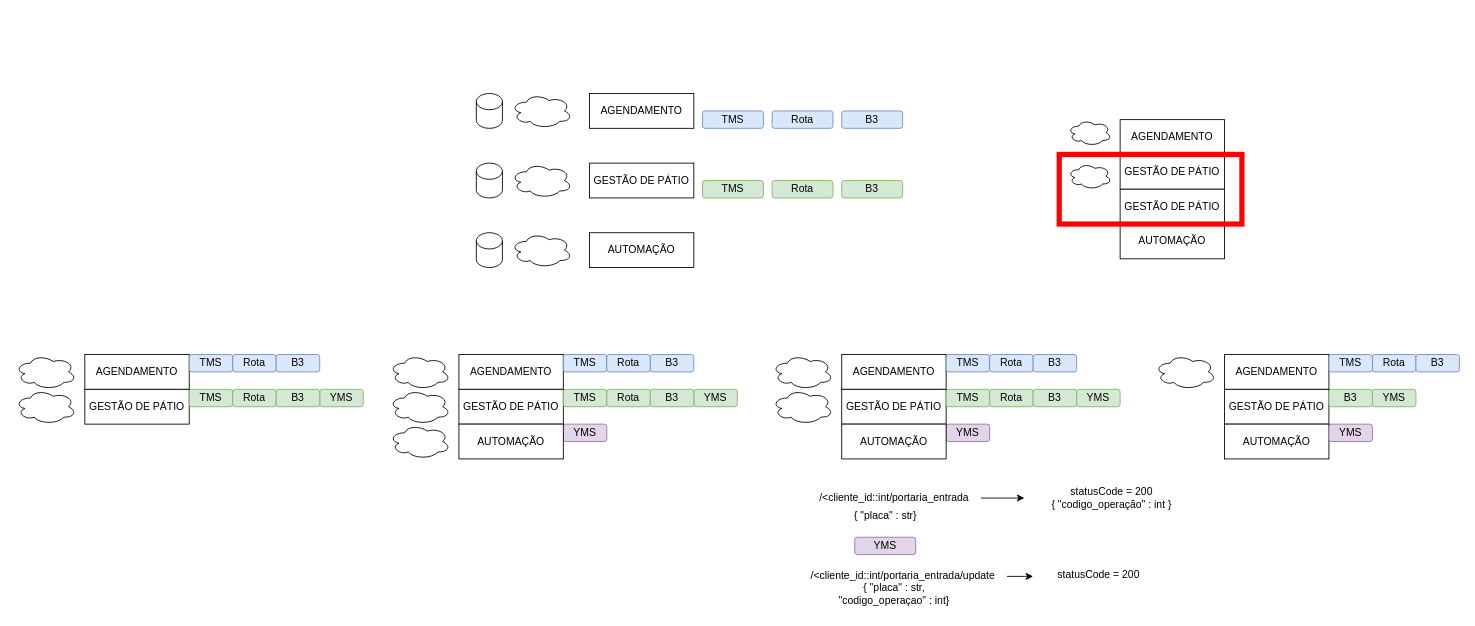
Above: page "Página-3" (3 of 4) of test_flow.drawio in marcelopedroso/yms_tech (draw.io), before the change. Source tidied: cells renumbered, new cells numbered last; positions are measured from the earlier drawing's top-left corner, leaving out a move shared by most shapes. Both pictures are drawn from the tidied source at 87%, with x=0, y=0 at pixel (15, 93).
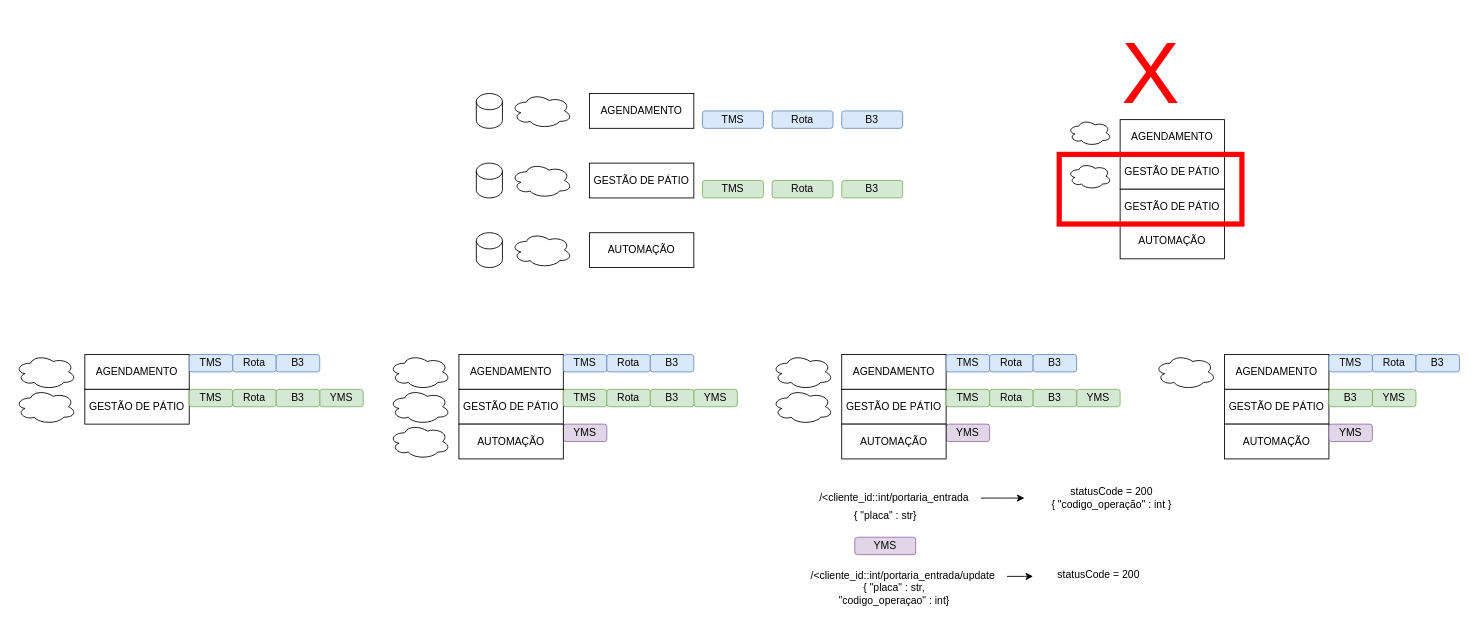
Above is the later version.

Diff of the diagram source:
```diff
@@
+    <mxCell id="81" value="&lt;font style=&quot;font-size: 100px;&quot; color=&quot;#ff0000&quot;&gt;X&lt;/font&gt;" style="text;html=1;align=center;verticalAlign=middle;strokeColor=none;fillColor=none;" parent="1" vertex="1">
+      <mxGeometry x="1260" y="-90" width="90" height="130" as="geometry" />
+    </mxCell>
```
